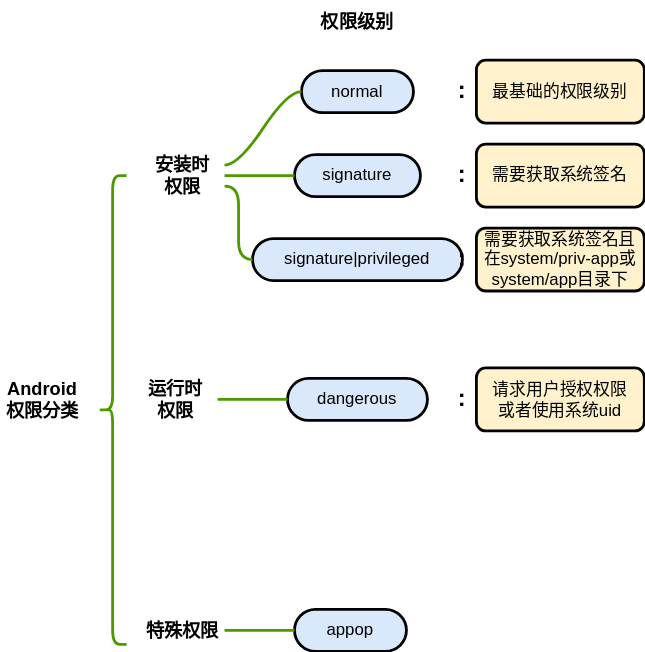
braisedp/braisedp.github.io keeps this draw.io diagram as images/2025-7-16-android_permission/permissons.svg. Above is the earlier version. Source tidied: cells renumbered, new cells last; positions are measured from the earlier drawing's top-left corner, leaving out a move shared by most shapes. Source of this version:
```xml
<mxGraphModel>
  <root>
    <mxCell id="0" />
    <mxCell id="1" parent="0" />
    <mxCell id="2" value="Android&lt;div&gt;权限分类&lt;/div&gt;" style="text;html=1;align=center;verticalAlign=middle;whiteSpace=wrap;rounded=0;fontSize=13;fontStyle=1;" parent="1" vertex="1">
      <mxGeometry y="270" width="60" height="30" as="geometry" />
    </mxCell>
    <mxCell id="3" style="shape=curlyBracket;whiteSpace=wrap;html=1;rounded=1;labelPosition=left;verticalLabelPosition=middle;align=right;verticalAlign=middle;strokeWidth=2;strokeColor=light-dark(#4D9900,#EDEDED);" parent="1" vertex="1">
      <mxGeometry x="70" y="125" width="20" height="335" as="geometry" />
    </mxCell>
    <mxCell id="4" value="安装时&lt;div&gt;权限&lt;/div&gt;" style="text;html=1;align=center;verticalAlign=middle;whiteSpace=wrap;rounded=0;fontSize=13;fontStyle=1;" parent="1" vertex="1">
      <mxGeometry x="100" y="110" width="60" height="30" as="geometry" />
    </mxCell>
    <mxCell id="5" value="运行时&lt;div&gt;权限&lt;/div&gt;" style="text;html=1;align=center;verticalAlign=middle;whiteSpace=wrap;rounded=0;fontSize=13;fontStyle=1;" parent="1" vertex="1">
      <mxGeometry x="95" y="270" width="60" height="30" as="geometry" />
    </mxCell>
    <mxCell id="6" value="normal" style="whiteSpace=wrap;html=1;rounded=1;arcSize=50;align=center;verticalAlign=middle;strokeWidth=2;spacing=4;newEdgeStyle={&quot;edgeStyle&quot;:&quot;entityRelationEdgeStyle&quot;,&quot;startArrow&quot;:&quot;none&quot;,&quot;endArrow&quot;:&quot;none&quot;,&quot;segment&quot;:10,&quot;curved&quot;:1,&quot;sourcePerimeterSpacing&quot;:0,&quot;targetPerimeterSpacing&quot;:0};fillColor=#dae8fc;strokeColor=#000000;" parent="1" vertex="1">
      <mxGeometry x="215" y="50" width="80" height="30" as="geometry" />
    </mxCell>
    <mxCell id="7" style="edgeStyle=entityRelationEdgeStyle;startArrow=none;endArrow=none;segment=10;curved=1;sourcePerimeterSpacing=0;targetPerimeterSpacing=0;exitX=1;exitY=0.25;exitDx=0;exitDy=0;strokeWidth=2;strokeColor=light-dark(#4D9900,#EDEDED);" parent="1" edge="1" source="4" target="6">
      <mxGeometry relative="1" as="geometry" />
    </mxCell>
    <mxCell id="8" value="signature" style="whiteSpace=wrap;html=1;rounded=1;arcSize=50;align=center;verticalAlign=middle;strokeWidth=2;spacing=4;newEdgeStyle={&quot;edgeStyle&quot;:&quot;entityRelationEdgeStyle&quot;,&quot;startArrow&quot;:&quot;none&quot;,&quot;endArrow&quot;:&quot;none&quot;,&quot;segment&quot;:10,&quot;curved&quot;:1,&quot;sourcePerimeterSpacing&quot;:0,&quot;targetPerimeterSpacing&quot;:0};fillColor=#dae8fc;strokeColor=#000000;" parent="1" vertex="1">
      <mxGeometry x="210" y="110" width="90" height="30" as="geometry" />
    </mxCell>
    <mxCell id="9" style="edgeStyle=entityRelationEdgeStyle;startArrow=none;endArrow=none;segment=10;curved=1;sourcePerimeterSpacing=0;targetPerimeterSpacing=0;exitX=1;exitY=0.5;exitDx=0;exitDy=0;entryX=0;entryY=0.5;entryDx=0;entryDy=0;strokeWidth=2;strokeColor=light-dark(#4D9900,#EDEDED);" parent="1" edge="1" source="4" target="8">
      <mxGeometry relative="1" as="geometry" />
    </mxCell>
    <mxCell id="10" value="signature|privileged" style="whiteSpace=wrap;html=1;rounded=1;arcSize=50;align=center;verticalAlign=middle;strokeWidth=2;spacing=4;newEdgeStyle={&quot;edgeStyle&quot;:&quot;entityRelationEdgeStyle&quot;,&quot;startArrow&quot;:&quot;none&quot;,&quot;endArrow&quot;:&quot;none&quot;,&quot;segment&quot;:10,&quot;curved&quot;:1,&quot;sourcePerimeterSpacing&quot;:0,&quot;targetPerimeterSpacing&quot;:0};fillColor=#dae8fc;strokeColor=light-dark(#000000, #5c79a3);" parent="1" vertex="1">
      <mxGeometry x="180" y="170" width="150" height="30" as="geometry" />
    </mxCell>
    <mxCell id="11" style="edgeStyle=entityRelationEdgeStyle;startArrow=none;endArrow=none;segment=10;curved=1;sourcePerimeterSpacing=0;targetPerimeterSpacing=0;exitX=1;exitY=0.75;exitDx=0;exitDy=0;entryX=0;entryY=0.5;entryDx=0;entryDy=0;strokeWidth=2;strokeColor=light-dark(#4D9900,#EDEDED);" parent="1" edge="1" source="4" target="10">
      <mxGeometry relative="1" as="geometry" />
    </mxCell>
    <mxCell id="12" value="dangerous" style="whiteSpace=wrap;html=1;rounded=1;arcSize=50;align=center;verticalAlign=middle;strokeWidth=2;spacing=4;newEdgeStyle={&quot;edgeStyle&quot;:&quot;entityRelationEdgeStyle&quot;,&quot;startArrow&quot;:&quot;none&quot;,&quot;endArrow&quot;:&quot;none&quot;,&quot;segment&quot;:10,&quot;curved&quot;:1,&quot;sourcePerimeterSpacing&quot;:0,&quot;targetPerimeterSpacing&quot;:0};fillColor=#dae8fc;strokeColor=#000000;" parent="1" vertex="1">
      <mxGeometry x="205" y="270" width="100" height="30" as="geometry" />
    </mxCell>
    <mxCell id="13" style="edgeStyle=entityRelationEdgeStyle;startArrow=none;endArrow=none;segment=10;curved=1;sourcePerimeterSpacing=0;targetPerimeterSpacing=0;exitX=1;exitY=0.5;exitDx=0;exitDy=0;entryX=0;entryY=0.5;entryDx=0;entryDy=0;strokeWidth=2;strokeColor=light-dark(#4D9900,#EDEDED);" parent="1" edge="1" source="5" target="12">
      <mxGeometry relative="1" as="geometry" />
    </mxCell>
    <mxCell id="14" value="特殊权限" style="text;html=1;align=center;verticalAlign=middle;whiteSpace=wrap;rounded=0;fontSize=13;fontStyle=1;" parent="1" vertex="1">
      <mxGeometry x="100" y="435" width="60" height="30" as="geometry" />
    </mxCell>
    <mxCell id="15" value="appop" style="whiteSpace=wrap;html=1;rounded=1;arcSize=50;align=center;verticalAlign=middle;strokeWidth=2;spacing=4;newEdgeStyle={&quot;edgeStyle&quot;:&quot;entityRelationEdgeStyle&quot;,&quot;startArrow&quot;:&quot;none&quot;,&quot;endArrow&quot;:&quot;none&quot;,&quot;segment&quot;:10,&quot;curved&quot;:1,&quot;sourcePerimeterSpacing&quot;:0,&quot;targetPerimeterSpacing&quot;:0};fillColor=#dae8fc;strokeColor=#000000;" parent="1" vertex="1">
      <mxGeometry x="210" y="435" width="80" height="30" as="geometry" />
    </mxCell>
    <mxCell id="16" style="edgeStyle=entityRelationEdgeStyle;startArrow=none;endArrow=none;segment=10;curved=1;sourcePerimeterSpacing=0;targetPerimeterSpacing=0;exitX=1;exitY=0.5;exitDx=0;exitDy=0;entryX=0;entryY=0.5;entryDx=0;entryDy=0;strokeWidth=2;strokeColor=light-dark(#4D9900,#EDEDED);" parent="1" edge="1" source="14" target="15">
      <mxGeometry relative="1" as="geometry">
        <Array as="points">
          <mxPoint x="160" y="460" />
        </Array>
      </mxGeometry>
    </mxCell>
    <mxCell id="17" value="权限级别" style="text;html=1;align=center;verticalAlign=middle;whiteSpace=wrap;rounded=0;fontSize=13;fontStyle=1;" parent="1" vertex="1">
      <mxGeometry x="225" width="60" height="30" as="geometry" />
    </mxCell>
    <mxCell id="18" value="最基础的权限级别" style="rounded=1;whiteSpace=wrap;html=1;fillColor=#fff2cc;strokeColor=#000000;strokeWidth=2;" parent="1" vertex="1">
      <mxGeometry x="340" y="42.5" width="120" height="45" as="geometry" />
    </mxCell>
    <mxCell id="19" value="需要获取系统签名" style="rounded=1;whiteSpace=wrap;html=1;fillColor=#fff2cc;strokeColor=#000000;strokeWidth=2;" parent="1" vertex="1">
      <mxGeometry x="340" y="102.5" width="120" height="45" as="geometry" />
    </mxCell>
    <mxCell id="20" value="需要获取系统签名且在system/priv-app或system/app目录下" style="rounded=1;whiteSpace=wrap;html=1;fillColor=#fff2cc;strokeColor=#000000;strokeWidth=2;" parent="1" vertex="1">
      <mxGeometry x="340" y="162.5" width="120" height="45" as="geometry" />
    </mxCell>
    <mxCell id="21" value="请求用户授权权限&lt;div&gt;或者使用系统uid&lt;/div&gt;" style="rounded=1;whiteSpace=wrap;html=1;fillColor=#fff2cc;strokeColor=#000000;strokeWidth=2;" parent="1" vertex="1">
      <mxGeometry x="340" y="262.5" width="120" height="45" as="geometry" />
    </mxCell>
    <mxCell id="22" value=":" style="text;html=1;align=center;verticalAlign=middle;whiteSpace=wrap;rounded=0;fontStyle=1;fontSize=17;fontColor=light-dark(#050505, #589916);" parent="1" vertex="1">
      <mxGeometry x="300" y="50" width="60" height="30" as="geometry" />
    </mxCell>
    <mxCell id="23" value=":" style="text;html=1;align=center;verticalAlign=middle;whiteSpace=wrap;rounded=0;fontStyle=1;fontSize=17;fontColor=light-dark(#050505, #589916);" parent="1" vertex="1">
      <mxGeometry x="300" y="110" width="60" height="30" as="geometry" />
    </mxCell>
    <mxCell id="24" value=":" style="text;html=1;align=center;verticalAlign=middle;whiteSpace=wrap;rounded=0;fontStyle=1;fontSize=17;fontColor=light-dark(#050505, #589916);" parent="1" vertex="1">
      <mxGeometry x="300" y="170" width="60" height="30" as="geometry" />
    </mxCell>
    <mxCell id="25" value=":" style="text;html=1;align=center;verticalAlign=middle;whiteSpace=wrap;rounded=0;fontStyle=1;fontSize=17;fontColor=light-dark(#050505, #589916);" parent="1" vertex="1">
      <mxGeometry x="300" y="270" width="60" height="30" as="geometry" />
    </mxCell>
  </root>
</mxGraphModel>
```
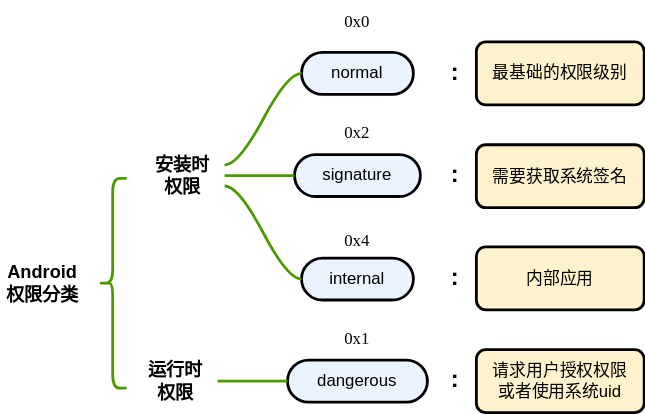
The same diagram one commit later.

Change to the diagram source:
```diff
@@ -3,80 +3,76 @@
     <mxCell id="0" />
     <mxCell id="1" parent="0" />
     <mxCell id="2" value="Android&lt;div&gt;权限分类&lt;/div&gt;" style="text;html=1;align=center;verticalAlign=middle;whiteSpace=wrap;rounded=0;fontSize=13;fontStyle=1;" parent="1" vertex="1">
-      <mxGeometry y="270" width="60" height="30" as="geometry" />
+      <mxGeometry y="200" width="60" height="30" as="geometry" />
     </mxCell>
     <mxCell id="3" style="shape=curlyBracket;whiteSpace=wrap;html=1;rounded=1;labelPosition=left;verticalLabelPosition=middle;align=right;verticalAlign=middle;strokeWidth=2;strokeColor=light-dark(#4D9900,#EDEDED);" parent="1" vertex="1">
-      <mxGeometry x="70" y="125" width="20" height="335" as="geometry" />
+      <mxGeometry x="70" y="140" width="20" height="150" as="geometry" />
     </mxCell>
     <mxCell id="4" value="安装时&lt;div&gt;权限&lt;/div&gt;" style="text;html=1;align=center;verticalAlign=middle;whiteSpace=wrap;rounded=0;fontSize=13;fontStyle=1;" parent="1" vertex="1">
-      <mxGeometry x="100" y="110" width="60" height="30" as="geometry" />
+      <mxGeometry x="100" y="123" width="60" height="30" as="geometry" />
     </mxCell>
     <mxCell id="5" value="运行时&lt;div&gt;权限&lt;/div&gt;" style="text;html=1;align=center;verticalAlign=middle;whiteSpace=wrap;rounded=0;fontSize=13;fontStyle=1;" parent="1" vertex="1">
       <mxGeometry x="95" y="270" width="60" height="30" as="geometry" />
     </mxCell>
-    <mxCell id="6" value="normal" style="whiteSpace=wrap;html=1;rounded=1;arcSize=50;align=center;verticalAlign=middle;strokeWidth=2;spacing=4;newEdgeStyle={&quot;edgeStyle&quot;:&quot;entityRelationEdgeStyle&quot;,&quot;startArrow&quot;:&quot;none&quot;,&quot;endArrow&quot;:&quot;none&quot;,&quot;segment&quot;:10,&quot;curved&quot;:1,&quot;sourcePerimeterSpacing&quot;:0,&quot;targetPerimeterSpacing&quot;:0};fillColor=#dae8fc;strokeColor=#000000;" parent="1" vertex="1">
+    <mxCell id="6" value="normal" style="whiteSpace=wrap;html=1;rounded=1;arcSize=50;align=center;verticalAlign=middle;strokeWidth=2;spacing=4;newEdgeStyle={&quot;edgeStyle&quot;:&quot;entityRelationEdgeStyle&quot;,&quot;startArrow&quot;:&quot;none&quot;,&quot;endArrow&quot;:&quot;none&quot;,&quot;segment&quot;:10,&quot;curved&quot;:1,&quot;sourcePerimeterSpacing&quot;:0,&quot;targetPerimeterSpacing&quot;:0};fillColor=#EBF3FF;strokeColor=#000000;" parent="1" vertex="1">
       <mxGeometry x="215" y="50" width="80" height="30" as="geometry" />
     </mxCell>
     <mxCell id="7" style="edgeStyle=entityRelationEdgeStyle;startArrow=none;endArrow=none;segment=10;curved=1;sourcePerimeterSpacing=0;targetPerimeterSpacing=0;exitX=1;exitY=0.25;exitDx=0;exitDy=0;strokeWidth=2;strokeColor=light-dark(#4D9900,#EDEDED);" parent="1" edge="1" source="4" target="6">
       <mxGeometry relative="1" as="geometry" />
     </mxCell>
-    <mxCell id="8" value="signature" style="whiteSpace=wrap;html=1;rounded=1;arcSize=50;align=center;verticalAlign=middle;strokeWidth=2;spacing=4;newEdgeStyle={&quot;edgeStyle&quot;:&quot;entityRelationEdgeStyle&quot;,&quot;startArrow&quot;:&quot;none&quot;,&quot;endArrow&quot;:&quot;none&quot;,&quot;segment&quot;:10,&quot;curved&quot;:1,&quot;sourcePerimeterSpacing&quot;:0,&quot;targetPerimeterSpacing&quot;:0};fillColor=#dae8fc;strokeColor=#000000;" parent="1" vertex="1">
-      <mxGeometry x="210" y="110" width="90" height="30" as="geometry" />
+    <mxCell id="8" value="signature" style="whiteSpace=wrap;html=1;rounded=1;arcSize=50;align=center;verticalAlign=middle;strokeWidth=2;spacing=4;newEdgeStyle={&quot;edgeStyle&quot;:&quot;entityRelationEdgeStyle&quot;,&quot;startArrow&quot;:&quot;none&quot;,&quot;endArrow&quot;:&quot;none&quot;,&quot;segment&quot;:10,&quot;curved&quot;:1,&quot;sourcePerimeterSpacing&quot;:0,&quot;targetPerimeterSpacing&quot;:0};fillColor=#EBF3FF;strokeColor=#000000;" parent="1" vertex="1">
+      <mxGeometry x="210" y="123" width="90" height="30" as="geometry" />
     </mxCell>
     <mxCell id="9" style="edgeStyle=entityRelationEdgeStyle;startArrow=none;endArrow=none;segment=10;curved=1;sourcePerimeterSpacing=0;targetPerimeterSpacing=0;exitX=1;exitY=0.5;exitDx=0;exitDy=0;entryX=0;entryY=0.5;entryDx=0;entryDy=0;strokeWidth=2;strokeColor=light-dark(#4D9900,#EDEDED);" parent="1" edge="1" source="4" target="8">
       <mxGeometry relative="1" as="geometry" />
     </mxCell>
-    <mxCell id="10" value="signature|privileged" style="whiteSpace=wrap;html=1;rounded=1;arcSize=50;align=center;verticalAlign=middle;strokeWidth=2;spacing=4;newEdgeStyle={&quot;edgeStyle&quot;:&quot;entityRelationEdgeStyle&quot;,&quot;startArrow&quot;:&quot;none&quot;,&quot;endArrow&quot;:&quot;none&quot;,&quot;segment&quot;:10,&quot;curved&quot;:1,&quot;sourcePerimeterSpacing&quot;:0,&quot;targetPerimeterSpacing&quot;:0};fillColor=#dae8fc;strokeColor=light-dark(#000000, #5c79a3);" parent="1" vertex="1">
-      <mxGeometry x="180" y="170" width="150" height="30" as="geometry" />
-    </mxCell>
-    <mxCell id="11" style="edgeStyle=entityRelationEdgeStyle;startArrow=none;endArrow=none;segment=10;curved=1;sourcePerimeterSpacing=0;targetPerimeterSpacing=0;exitX=1;exitY=0.75;exitDx=0;exitDy=0;entryX=0;entryY=0.5;entryDx=0;entryDy=0;strokeWidth=2;strokeColor=light-dark(#4D9900,#EDEDED);" parent="1" edge="1" source="4" target="10">
-      <mxGeometry relative="1" as="geometry" />
-    </mxCell>
-    <mxCell id="12" value="dangerous" style="whiteSpace=wrap;html=1;rounded=1;arcSize=50;align=center;verticalAlign=middle;strokeWidth=2;spacing=4;newEdgeStyle={&quot;edgeStyle&quot;:&quot;entityRelationEdgeStyle&quot;,&quot;startArrow&quot;:&quot;none&quot;,&quot;endArrow&quot;:&quot;none&quot;,&quot;segment&quot;:10,&quot;curved&quot;:1,&quot;sourcePerimeterSpacing&quot;:0,&quot;targetPerimeterSpacing&quot;:0};fillColor=#dae8fc;strokeColor=#000000;" parent="1" vertex="1">
+    <mxCell id="12" value="dangerous" style="whiteSpace=wrap;html=1;rounded=1;arcSize=50;align=center;verticalAlign=middle;strokeWidth=2;spacing=4;newEdgeStyle={&quot;edgeStyle&quot;:&quot;entityRelationEdgeStyle&quot;,&quot;startArrow&quot;:&quot;none&quot;,&quot;endArrow&quot;:&quot;none&quot;,&quot;segment&quot;:10,&quot;curved&quot;:1,&quot;sourcePerimeterSpacing&quot;:0,&quot;targetPerimeterSpacing&quot;:0};fillColor=#EBF3FF;strokeColor=#000000;" parent="1" vertex="1">
       <mxGeometry x="205" y="270" width="100" height="30" as="geometry" />
     </mxCell>
     <mxCell id="13" style="edgeStyle=entityRelationEdgeStyle;startArrow=none;endArrow=none;segment=10;curved=1;sourcePerimeterSpacing=0;targetPerimeterSpacing=0;exitX=1;exitY=0.5;exitDx=0;exitDy=0;entryX=0;entryY=0.5;entryDx=0;entryDy=0;strokeWidth=2;strokeColor=light-dark(#4D9900,#EDEDED);" parent="1" edge="1" source="5" target="12">
       <mxGeometry relative="1" as="geometry" />
     </mxCell>
-    <mxCell id="14" value="特殊权限" style="text;html=1;align=center;verticalAlign=middle;whiteSpace=wrap;rounded=0;fontSize=13;fontStyle=1;" parent="1" vertex="1">
-      <mxGeometry x="100" y="435" width="60" height="30" as="geometry" />
-    </mxCell>
-    <mxCell id="15" value="appop" style="whiteSpace=wrap;html=1;rounded=1;arcSize=50;align=center;verticalAlign=middle;strokeWidth=2;spacing=4;newEdgeStyle={&quot;edgeStyle&quot;:&quot;entityRelationEdgeStyle&quot;,&quot;startArrow&quot;:&quot;none&quot;,&quot;endArrow&quot;:&quot;none&quot;,&quot;segment&quot;:10,&quot;curved&quot;:1,&quot;sourcePerimeterSpacing&quot;:0,&quot;targetPerimeterSpacing&quot;:0};fillColor=#dae8fc;strokeColor=#000000;" parent="1" vertex="1">
-      <mxGeometry x="210" y="435" width="80" height="30" as="geometry" />
-    </mxCell>
-    <mxCell id="16" style="edgeStyle=entityRelationEdgeStyle;startArrow=none;endArrow=none;segment=10;curved=1;sourcePerimeterSpacing=0;targetPerimeterSpacing=0;exitX=1;exitY=0.5;exitDx=0;exitDy=0;entryX=0;entryY=0.5;entryDx=0;entryDy=0;strokeWidth=2;strokeColor=light-dark(#4D9900,#EDEDED);" parent="1" edge="1" source="14" target="15">
-      <mxGeometry relative="1" as="geometry">
-        <Array as="points">
-          <mxPoint x="160" y="460" />
-        </Array>
-      </mxGeometry>
-    </mxCell>
-    <mxCell id="17" value="权限级别" style="text;html=1;align=center;verticalAlign=middle;whiteSpace=wrap;rounded=0;fontSize=13;fontStyle=1;" parent="1" vertex="1">
-      <mxGeometry x="225" width="60" height="30" as="geometry" />
-    </mxCell>
     <mxCell id="18" value="最基础的权限级别" style="rounded=1;whiteSpace=wrap;html=1;fillColor=#fff2cc;strokeColor=#000000;strokeWidth=2;" parent="1" vertex="1">
       <mxGeometry x="340" y="42.5" width="120" height="45" as="geometry" />
     </mxCell>
     <mxCell id="19" value="需要获取系统签名" style="rounded=1;whiteSpace=wrap;html=1;fillColor=#fff2cc;strokeColor=#000000;strokeWidth=2;" parent="1" vertex="1">
-      <mxGeometry x="340" y="102.5" width="120" height="45" as="geometry" />
+      <mxGeometry x="340" y="116" width="120" height="45" as="geometry" />
     </mxCell>
-    <mxCell id="20" value="需要获取系统签名且在system/priv-app或system/app目录下" style="rounded=1;whiteSpace=wrap;html=1;fillColor=#fff2cc;strokeColor=#000000;strokeWidth=2;" parent="1" vertex="1">
-      <mxGeometry x="340" y="162.5" width="120" height="45" as="geometry" />
-    </mxCell>
     <mxCell id="21" value="请求用户授权权限&lt;div&gt;或者使用系统uid&lt;/div&gt;" style="rounded=1;whiteSpace=wrap;html=1;fillColor=#fff2cc;strokeColor=#000000;strokeWidth=2;" parent="1" vertex="1">
       <mxGeometry x="340" y="262.5" width="120" height="45" as="geometry" />
     </mxCell>
     <mxCell id="22" value=":" style="text;html=1;align=center;verticalAlign=middle;whiteSpace=wrap;rounded=0;fontStyle=1;fontSize=17;fontColor=light-dark(#050505, #589916);" parent="1" vertex="1">
-      <mxGeometry x="300" y="50" width="60" height="30" as="geometry" />
+      <mxGeometry x="295" y="50" width="60" height="30" as="geometry" />
     </mxCell>
-    <mxCell id="23" value=":" style="text;html=1;align=center;verticalAlign=middle;whiteSpace=wrap;rounded=0;fontStyle=1;fontSize=17;fontColor=light-dark(#050505, #589916);" parent="1" vertex="1">
-      <mxGeometry x="300" y="110" width="60" height="30" as="geometry" />
-    </mxCell>
     <mxCell id="24" value=":" style="text;html=1;align=center;verticalAlign=middle;whiteSpace=wrap;rounded=0;fontStyle=1;fontSize=17;fontColor=light-dark(#050505, #589916);" parent="1" vertex="1">
-      <mxGeometry x="300" y="170" width="60" height="30" as="geometry" />
+      <mxGeometry x="295" y="123" width="60" height="30" as="geometry" />
     </mxCell>
     <mxCell id="25" value=":" style="text;html=1;align=center;verticalAlign=middle;whiteSpace=wrap;rounded=0;fontStyle=1;fontSize=17;fontColor=light-dark(#050505, #589916);" parent="1" vertex="1">
-      <mxGeometry x="300" y="270" width="60" height="30" as="geometry" />
+      <mxGeometry x="295" y="270" width="60" height="30" as="geometry" />
     </mxCell>
+    <mxCell id="26" value="internal" style="whiteSpace=wrap;html=1;rounded=1;arcSize=50;align=center;verticalAlign=middle;strokeWidth=2;spacing=4;newEdgeStyle={&quot;edgeStyle&quot;:&quot;entityRelationEdgeStyle&quot;,&quot;startArrow&quot;:&quot;none&quot;,&quot;endArrow&quot;:&quot;none&quot;,&quot;segment&quot;:10,&quot;curved&quot;:1,&quot;sourcePerimeterSpacing&quot;:0,&quot;targetPerimeterSpacing&quot;:0};fillColor=#EBF3FF;strokeColor=#000000;" parent="1" vertex="1">
+      <mxGeometry x="215" y="197" width="80" height="30" as="geometry" />
+    </mxCell>
+    <mxCell id="27" style="edgeStyle=entityRelationEdgeStyle;startArrow=none;endArrow=none;segment=10;curved=1;sourcePerimeterSpacing=0;targetPerimeterSpacing=0;exitX=1;exitY=0.75;exitDx=0;exitDy=0;entryX=0;entryY=0.5;entryDx=0;entryDy=0;strokeWidth=2;strokeColor=light-dark(#4D9900,#EDEDED);" parent="1" edge="1" source="4" target="26">
+      <mxGeometry relative="1" as="geometry" />
+    </mxCell>
+    <mxCell id="23" value=":" style="text;html=1;align=center;verticalAlign=middle;whiteSpace=wrap;rounded=0;fontStyle=1;fontSize=17;fontColor=light-dark(#050505, #589916);" parent="1" vertex="1">
+      <mxGeometry x="295" y="197" width="60" height="30" as="geometry" />
+    </mxCell>
+    <mxCell id="28" value="内部应用" style="rounded=1;whiteSpace=wrap;html=1;fillColor=#fff2cc;strokeColor=#000000;strokeWidth=2;" parent="1" vertex="1">
+      <mxGeometry x="340" y="189" width="120" height="45" as="geometry" />
+    </mxCell>
+    <mxCell id="29" value="0x0" style="text;html=1;align=center;verticalAlign=middle;whiteSpace=wrap;rounded=0;fontFamily=Lucida Console;" parent="1" vertex="1">
+      <mxGeometry x="225" y="12.5" width="60" height="30" as="geometry" />
+    </mxCell>
+    <mxCell id="30" value="0x2" style="text;html=1;align=center;verticalAlign=middle;whiteSpace=wrap;rounded=0;fontFamily=Lucida Console;" parent="1" vertex="1">
+      <mxGeometry x="225" y="93" width="60" height="30" as="geometry" />
+    </mxCell>
+    <mxCell id="31" value="0x4" style="text;html=1;align=center;verticalAlign=middle;whiteSpace=wrap;rounded=0;fontFamily=Lucida Console;" parent="1" vertex="1">
+      <mxGeometry x="225" y="170" width="60" height="30" as="geometry" />
+    </mxCell>
+    <mxCell id="32" value="0x1" style="text;html=1;align=center;verticalAlign=middle;whiteSpace=wrap;rounded=0;fontFamily=Lucida Console;" parent="1" vertex="1">
+      <mxGeometry x="225" y="240" width="60" height="30" as="geometry" />
+    </mxCell>
   </root>
 </mxGraphModel>
```
